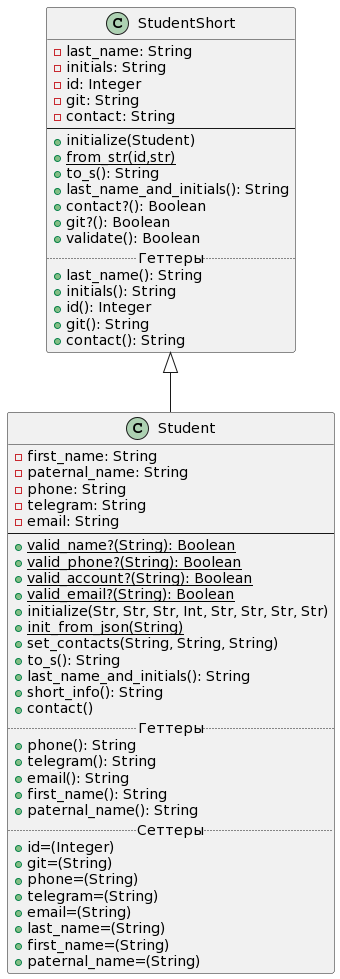
The PlantUML diagram Diagrams/class_diagram_lab2.png in waasabi13/ruby_labs, before a commit.
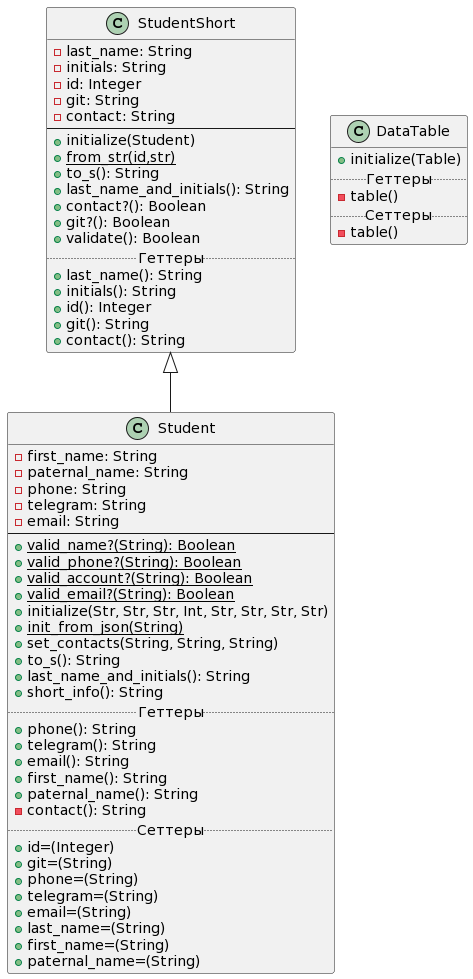
Later version of the same file.

Commit message:
Отображение на диаграмме текущих изменений

The edit, as a diff of the source:
```diff
@@ -40,13 +40,13 @@
     +to_s(): String
     +last_name_and_initials(): String
     +short_info(): String
-    +contact()
     .. Геттеры ..
     +phone(): String
     +telegram(): String
     +email(): String
     +first_name(): String
     +paternal_name(): String
+    -contact(): String
     .. Сеттеры ..
     +id=(Integer)
     +git=(String)
@@ -57,4 +57,14 @@
     +first_name=(String)
     +paternal_name=(String)
 }
+
+
+class DataTable
+{
++initialize(Table)
+..Геттеры..
+-table()
+..Сеттеры..
+-table()
+}
 @enduml
```
